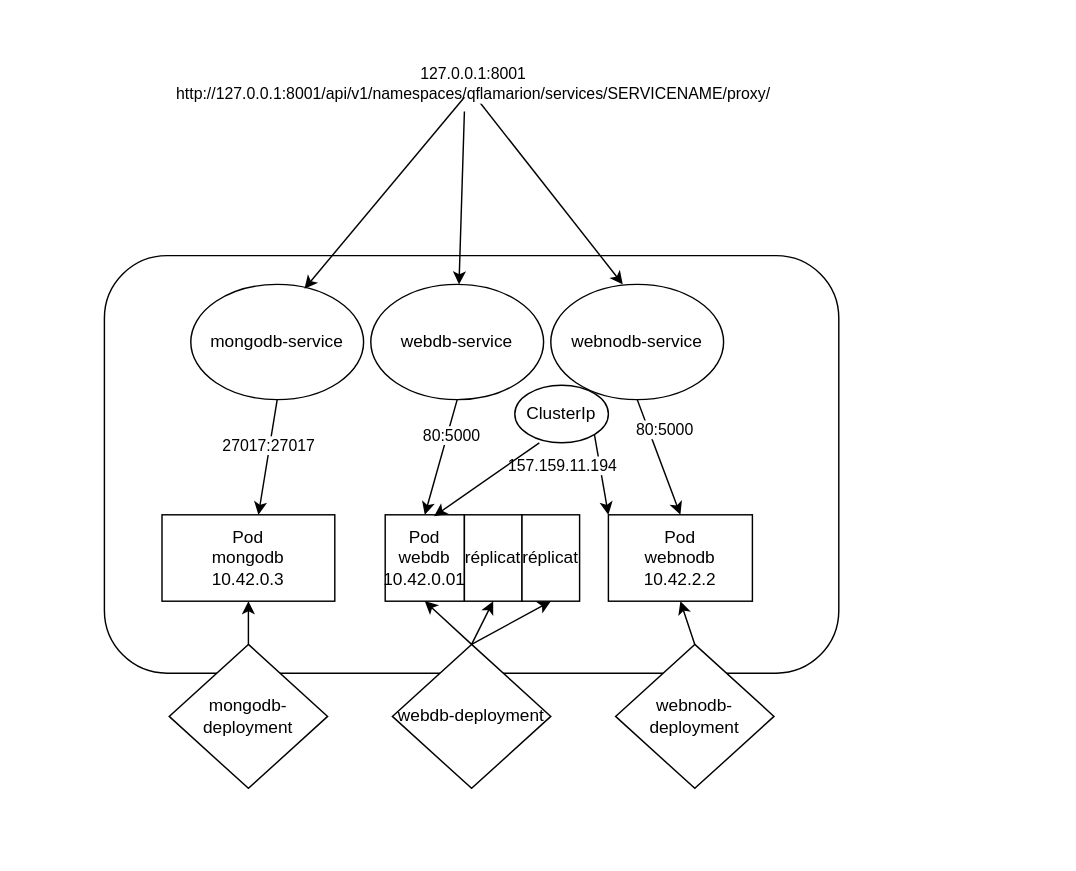
Before: challenge1.drawio in ComplexNetTSP/kubernetes-QuentinFl, a draw.io diagram. Source tidied: cells renumbered, new cells numbered last; positions are measured from the earlier drawing's top-left corner, leaving out a move shared by most shapes. Both pictures are drawn from the tidied source at 144%, with x=0, y=0 at pixel (104, 82).
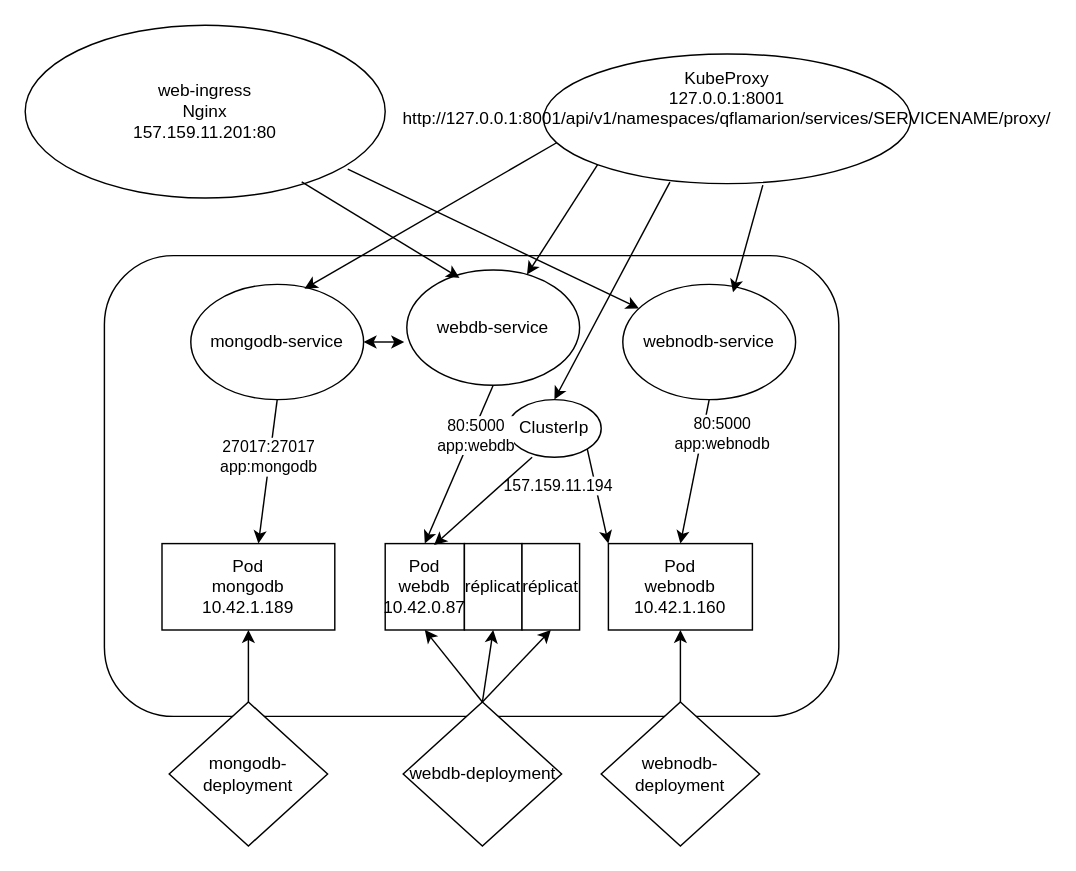
The same page after the edit.

Commit message:
Mettre à jour challenge1.drawio

Unchanged cells that the change refers to:
```xml
<mxCell id="7" style="endArrow=classic;html=1;rounded=0;exitX=0.5;exitY=1;exitDx=0;exitDy=0;entryX=0.5;entryY=0;entryDx=0;entryDy=0;" parent="1" edge="1" source="4" target="3">
  <mxGeometry relative="1" as="geometry" />
</mxCell>
<mxCell id="21" value="mongodb-service" style="ellipse;whiteSpace=wrap;html=1;" parent="1" vertex="1">
  <mxGeometry x="60" y="140" width="120" height="80" as="geometry" />
</mxCell>
<mxCell id="22" style="endArrow=classic;html=1;rounded=0;entryX=0.558;entryY=0;entryDx=0;entryDy=0;exitX=0.5;exitY=1;exitDx=0;exitDy=0;entryPerimeter=0;" parent="1" edge="1" source="21" target="15">
  <mxGeometry relative="1" as="geometry" />
</mxCell>
<mxCell id="24" style="endArrow=classic;html=1;rounded=0;entryX=0.5;entryY=0;entryDx=0;entryDy=0;exitX=0.5;exitY=1;exitDx=0;exitDy=0;" parent="1" edge="1" source="20" target="14">
  <mxGeometry relative="1" as="geometry" />
</mxCell>
```

What changed in the source:
```diff
@@
     <mxCell id="2" style="rounded=1;whiteSpace=wrap;html=1;" parent="1" vertex="1">
-      <mxGeometry y="120" width="510" height="290" as="geometry" />
+      <mxGeometry y="120" width="510" height="320" as="geometry" />
     </mxCell>
-    <mxCell id="3" value="Pod&lt;br&gt;&lt;div&gt;webnodb&lt;/div&gt;&lt;div&gt;10.42.2.2&lt;br&gt;&lt;/div&gt;" style="rounded=0;whiteSpace=wrap;html=1;" parent="1" vertex="1">
-      <mxGeometry x="350" y="300" width="100" height="60" as="geometry" />
+    <mxCell id="3" value="Pod&lt;br&gt;&lt;div&gt;webnodb&lt;/div&gt;&lt;div&gt;10.42.1.160&lt;br&gt;&lt;/div&gt;" style="rounded=0;whiteSpace=wrap;html=1;" parent="1" vertex="1">
+      <mxGeometry x="350" y="320" width="100" height="60" as="geometry" />
     </mxCell>
     <mxCell id="4" value="webnodb-service" style="ellipse;whiteSpace=wrap;html=1;" parent="1" vertex="1">
-      <mxGeometry x="310" y="140" width="120" height="80" as="geometry" />
+      <mxGeometry x="360" y="140" width="120" height="80" as="geometry" />
     </mxCell>
-    <mxCell id="5" style="endArrow=classic;html=1;rounded=0;entryX=0.5;entryY=0;entryDx=0;entryDy=0;" parent="1" edge="1">
-      <mxGeometry relative="1" as="geometry">
-        <mxPoint x="250" as="sourcePoint" />
-        <mxPoint x="360" y="140" as="targetPoint" />
-      </mxGeometry>
+    <mxCell id="5" style="endArrow=classic;html=1;rounded=0;entryX=0.638;entryY=0.069;entryDx=0;entryDy=0;exitX=0.597;exitY=1.012;exitDx=0;exitDy=0;exitPerimeter=0;entryPerimeter=0;" parent="1" edge="1" source="33" target="4">
+      <mxGeometry relative="1" as="geometry" />
     </mxCell>
-    <mxCell id="6" value="&lt;div&gt;127.0.0.1:8001&lt;/div&gt;&lt;div&gt;http://127.0.0.1:8001/api/v1/namespaces/qflamarion/services/SERVICENAME/proxy/&lt;br&gt;&lt;/div&gt;" style="edgeLabel;html=1;align=center;verticalAlign=middle;" parent="5" vertex="1">
-      <mxGeometry x="-0.38" y="3" relative="1" as="geometry">
-        <mxPoint x="-31" y="-41" as="offset" />
-      </mxGeometry>
-    </mxCell>
@@
-    <mxCell id="8" value="80:5000" style="edgeLabel;html=1;align=center;verticalAlign=middle;" parent="7" vertex="1">
+    <mxCell id="8" value="&lt;div&gt;80:5000&lt;/div&gt;&lt;div&gt;app:webnodb&lt;br&gt;&lt;/div&gt;" style="edgeLabel;html=1;align=center;verticalAlign=middle;" parent="7" vertex="1">
       <mxGeometry x="-0.61" y="-1" relative="1" as="geometry">
         <mxPoint x="13" y="4" as="offset" />
       </mxGeometry>
     </mxCell>
     <mxCell id="9" value="webnodb-deployment" style="rhombus;whiteSpace=wrap;html=1;" parent="1" vertex="1">
-      <mxGeometry x="355" y="390" width="110" height="100" as="geometry" />
+      <mxGeometry x="345" y="430" width="110" height="100" as="geometry" />
     </mxCell>
@@
     <mxCell id="11" value="ClusterIp" style="ellipse;whiteSpace=wrap;html=1;" parent="1" vertex="1">
-      <mxGeometry x="285" y="210" width="65" height="40" as="geometry" />
+      <mxGeometry x="280" y="220" width="65" height="40" as="geometry" />
     </mxCell>
@@
-    <mxCell id="14" value="Pod&lt;br&gt;&lt;div&gt;webdb&lt;/div&gt;&lt;div&gt;10.42.0.01&lt;/div&gt;" style="rounded=0;whiteSpace=wrap;html=1;" parent="1" vertex="1">
-      <mxGeometry x="195" y="300" width="55" height="60" as="geometry" />
+    <mxCell id="14" value="Pod&lt;br&gt;&lt;div&gt;webdb&lt;/div&gt;&lt;div&gt;10.42.0.87&lt;/div&gt;" style="rounded=0;whiteSpace=wrap;html=1;" parent="1" vertex="1">
+      <mxGeometry x="195" y="320" width="55" height="60" as="geometry" />
     </mxCell>
-    <mxCell id="15" value="Pod&lt;br&gt;&lt;div&gt;mongodb&lt;/div&gt;&lt;div&gt;10.42.0.3&lt;br&gt;&lt;/div&gt;" style="rounded=0;whiteSpace=wrap;html=1;" parent="1" vertex="1">
-      <mxGeometry x="40" y="300" width="120" height="60" as="geometry" />
+    <mxCell id="15" value="Pod&lt;br&gt;&lt;div&gt;mongodb&lt;/div&gt;&lt;div&gt;10.42.1.189&lt;br&gt;&lt;/div&gt;" style="rounded=0;whiteSpace=wrap;html=1;" parent="1" vertex="1">
+      <mxGeometry x="40" y="320" width="120" height="60" as="geometry" />
     </mxCell>
     <mxCell id="16" value="webdb-deployment" style="rhombus;whiteSpace=wrap;html=1;" parent="1" vertex="1">
-      <mxGeometry x="200" y="390" width="110" height="100" as="geometry" />
+      <mxGeometry x="207.5" y="430" width="110" height="100" as="geometry" />
     </mxCell>
     <mxCell id="17" value="mongodb-deployment" style="rhombus;whiteSpace=wrap;html=1;" parent="1" vertex="1">
-      <mxGeometry x="45" y="390" width="110" height="100" as="geometry" />
+      <mxGeometry x="45" y="430" width="110" height="100" as="geometry" />
     </mxCell>
@@
     <mxCell id="20" value="webdb-service" style="ellipse;whiteSpace=wrap;html=1;" parent="1" vertex="1">
-      <mxGeometry x="185" y="140" width="120" height="80" as="geometry" />
+      <mxGeometry x="210" y="130" width="120" height="80" as="geometry" />
     </mxCell>
@@
-    <mxCell id="23" value="27017:27017" style="edgeLabel;html=1;align=center;verticalAlign=middle;" parent="22" vertex="1">
+    <mxCell id="23" value="27017:27017&lt;br&gt;app:mongodb" style="edgeLabel;html=1;align=center;verticalAlign=middle;" parent="22" vertex="1">
       <mxGeometry x="-0.2" y="-1" relative="1" as="geometry" />
     </mxCell>
@@
-    <mxCell id="25" value="80:5000" style="edgeLabel;html=1;align=center;verticalAlign=middle;" parent="24" vertex="1">
+    <mxCell id="25" value="&lt;div&gt;80:5000&lt;/div&gt;&lt;div&gt;app:webdb&lt;br&gt;&lt;/div&gt;" style="edgeLabel;html=1;align=center;verticalAlign=middle;" parent="24" vertex="1">
       <mxGeometry x="-0.39" y="2" relative="1" as="geometry" />
     </mxCell>
@@
-    <mxCell id="27" style="endArrow=classic;html=1;rounded=0;entryX=0.658;entryY=0.038;entryDx=0;entryDy=0;entryPerimeter=0;" parent="1" edge="1" target="21">
-      <mxGeometry relative="1" as="geometry">
-        <mxPoint x="250" y="10" as="sourcePoint" />
-      </mxGeometry>
+    <mxCell id="27" style="endArrow=classic;html=1;rounded=0;entryX=0.658;entryY=0.038;entryDx=0;entryDy=0;entryPerimeter=0;exitX=0.039;exitY=0.679;exitDx=0;exitDy=0;exitPerimeter=0;" parent="1" edge="1" source="33" target="21">
+      <mxGeometry relative="1" as="geometry" />
     </mxCell>
-    <mxCell id="28" style="endArrow=classic;html=1;rounded=0;" parent="1" edge="1" target="20">
-      <mxGeometry relative="1" as="geometry">
-        <mxPoint x="250" y="20" as="sourcePoint" />
-      </mxGeometry>
+    <mxCell id="28" style="endArrow=classic;html=1;rounded=0;exitX=0;exitY=1;exitDx=0;exitDy=0;" parent="1" edge="1" source="33" target="20">
+      <mxGeometry relative="1" as="geometry" />
     </mxCell>
     <mxCell id="29" value="réplicat" style="rounded=0;whiteSpace=wrap;html=1;" parent="1" vertex="1">
-      <mxGeometry x="250" y="300" width="40" height="60" as="geometry" />
+      <mxGeometry x="250" y="320" width="40" height="60" as="geometry" />
     </mxCell>
     <mxCell id="30" value="réplicat" style="rounded=0;whiteSpace=wrap;html=1;" parent="1" vertex="1">
-      <mxGeometry x="290" y="300" width="40" height="60" as="geometry" />
+      <mxGeometry x="290" y="320" width="40" height="60" as="geometry" />
     </mxCell>
@@
+    <mxCell id="33" value="&lt;div&gt;KubeProxy&lt;/div&gt;&lt;div&gt;&lt;div&gt;127.0.0.1:8001&lt;/div&gt;&lt;div&gt;http://127.0.0.1:8001/api/v1/namespaces/qflamarion/services/SERVICENAME/proxy/&lt;/div&gt;&lt;div&gt;&lt;br&gt;&lt;br&gt;&lt;/div&gt;&lt;/div&gt;" style="ellipse;whiteSpace=wrap;html=1;" parent="1" vertex="1">
+      <mxGeometry x="305" y="-20" width="255" height="90" as="geometry" />
+    </mxCell>
+    <mxCell id="34" style="endArrow=classic;html=1;rounded=0;entryX=0.5;entryY=0;entryDx=0;entryDy=0;exitX=0.344;exitY=0.988;exitDx=0;exitDy=0;exitPerimeter=0;" parent="1" edge="1" source="33" target="11">
+      <mxGeometry relative="1" as="geometry" />
+    </mxCell>
+    <mxCell id="35" value="&lt;div&gt;web-ingress&lt;/div&gt;&lt;div&gt;Nginx&lt;/div&gt;&lt;div&gt;157.159.11.201:80&lt;br&gt;&lt;/div&gt;" style="ellipse;whiteSpace=wrap;html=1;" parent="1" vertex="1">
+      <mxGeometry x="-55" y="-40" width="250" height="120" as="geometry" />
+    </mxCell>
+    <mxCell id="36" style="endArrow=classic;html=1;rounded=0;" parent="1" edge="1" target="4">
+      <mxGeometry relative="1" as="geometry">
+        <mxPoint x="169" y="60" as="sourcePoint" />
+      </mxGeometry>
+    </mxCell>
+    <mxCell id="37" style="endArrow=classic;html=1;rounded=0;exitX=0.768;exitY=0.907;exitDx=0;exitDy=0;exitPerimeter=0;entryX=0.305;entryY=0.069;entryDx=0;entryDy=0;entryPerimeter=0;" parent="1" edge="1" source="35" target="20">
+      <mxGeometry relative="1" as="geometry" />
+    </mxCell>
+    <mxCell id="38" style="endArrow=classic;startArrow=classic;html=1;rounded=0;exitX=1;exitY=0.5;exitDx=0;exitDy=0;entryX=-0.015;entryY=0.625;entryDx=0;entryDy=0;entryPerimeter=0;" parent="1" edge="1" source="21" target="20">
+      <mxGeometry relative="1" as="geometry" />
+    </mxCell>
```
